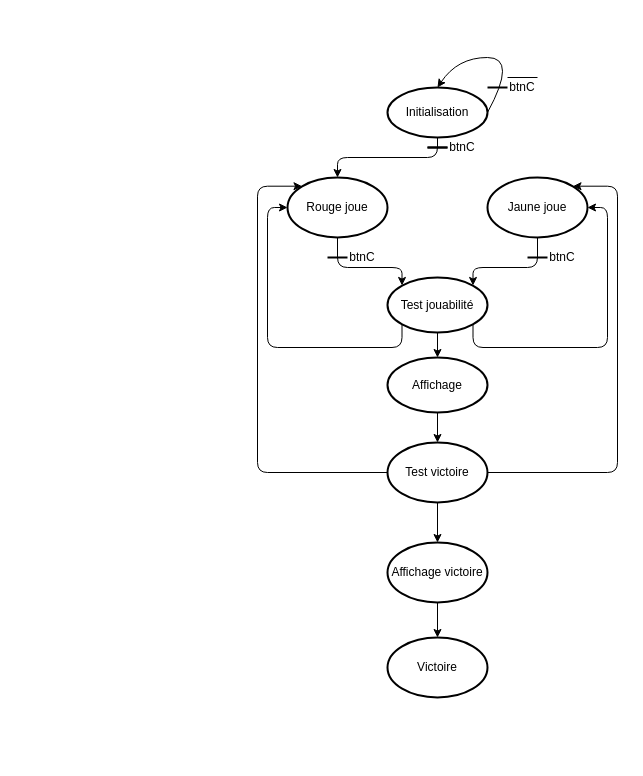
Before: Sources/FSM/FSM.drawio in Starmaxou/Puissance4_VHDL, a draw.io diagram. Source tidied: cells renumbered, new cells numbered last; positions are measured from the earlier drawing's top-left corner, leaving out a move shared by most shapes. Both pictures are drawn from the tidied source at 100%, with x=0, y=0 at pixel (257, 57).
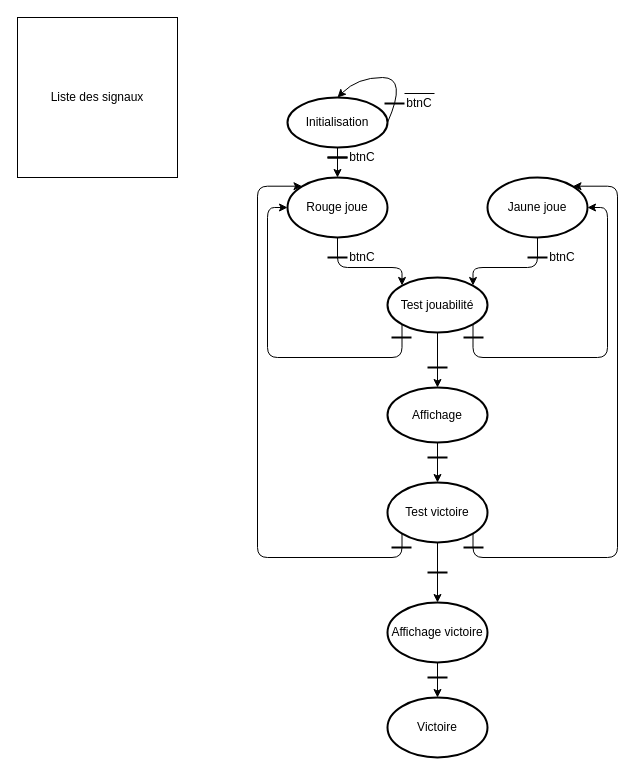
The same diagram, later.

The change refers to these unchanged cells:
```xml
<mxCell id="3" value="Rouge joue" style="strokeWidth=2;html=1;shape=mxgraph.flowchart.start_2;whiteSpace=wrap;" parent="1" vertex="1">
  <mxGeometry x="30" y="120" width="100" height="60" as="geometry" />
</mxCell>
<mxCell id="6" value="Jaune joue" style="strokeWidth=2;html=1;shape=mxgraph.flowchart.start_2;whiteSpace=wrap;" parent="1" vertex="1">
  <mxGeometry x="230" y="120" width="100" height="60" as="geometry" />
</mxCell>
<mxCell id="22" value="Test jouabilité" style="strokeWidth=2;html=1;shape=mxgraph.flowchart.start_2;whiteSpace=wrap;" parent="1" vertex="1">
  <mxGeometry x="130" y="220" width="100" height="55" as="geometry" />
</mxCell>
```

Diff of the diagram source:
```diff
@@
     <mxCell id="2" value="Initialisation" style="strokeWidth=2;html=1;shape=mxgraph.flowchart.start_2;whiteSpace=wrap;" parent="1" vertex="1">
-      <mxGeometry x="130" y="30" width="100" height="50" as="geometry" />
+      <mxGeometry x="30" y="40" width="100" height="50" as="geometry" />
     </mxCell>
@@
     <mxCell id="4" style="curved=1;endArrow=classic;html=1;exitX=1;exitY=0.5;exitDx=0;exitDy=0;exitPerimeter=0;entryX=0.5;entryY=0;entryDx=0;entryDy=0;entryPerimeter=0;" parent="1" edge="1" source="2" target="2">
       <mxGeometry relative="1" as="geometry">
         <Array as="points">
-          <mxPoint x="260" />
-          <mxPoint x="200" />
+          <mxPoint x="150" y="20" />
+          <mxPoint x="100" y="20" />
         </Array>
       </mxGeometry>
     </mxCell>
     <mxCell id="5" value="Test victoire" style="strokeWidth=2;html=1;shape=mxgraph.flowchart.start_2;whiteSpace=wrap;" parent="1" vertex="1">
-      <mxGeometry x="130" y="385" width="100" height="60" as="geometry" />
+      <mxGeometry x="130" y="425" width="100" height="60" as="geometry" />
     </mxCell>
@@
-    <mxCell id="7" style="edgeStyle=segmentEdgeStyle;endArrow=classic;html=1;entryX=0.145;entryY=0.145;entryDx=0;entryDy=0;entryPerimeter=0;exitX=0;exitY=0.5;exitDx=0;exitDy=0;exitPerimeter=0;" parent="1" edge="1" source="5" target="3">
+    <mxCell id="7" style="edgeStyle=segmentEdgeStyle;endArrow=classic;html=1;entryX=0.145;entryY=0.145;entryDx=0;entryDy=0;entryPerimeter=0;exitX=0.145;exitY=0.855;exitDx=0;exitDy=0;exitPerimeter=0;" parent="1" edge="1" source="5" target="3">
       <mxGeometry relative="1" as="geometry">
         <Array as="points">
-          <mxPoint y="415" />
+          <mxPoint x="145" y="500" />
+          <mxPoint y="500" />
           <mxPoint y="129" />
         </Array>
       </mxGeometry>
     </mxCell>
-    <mxCell id="8" style="edgeStyle=segmentEdgeStyle;endArrow=classic;html=1;entryX=0.855;entryY=0.145;entryDx=0;entryDy=0;entryPerimeter=0;exitX=1;exitY=0.5;exitDx=0;exitDy=0;exitPerimeter=0;" parent="1" edge="1" source="5" target="6">
+    <mxCell id="8" style="edgeStyle=segmentEdgeStyle;endArrow=classic;html=1;entryX=0.855;entryY=0.145;entryDx=0;entryDy=0;entryPerimeter=0;exitX=0.855;exitY=0.855;exitDx=0;exitDy=0;exitPerimeter=0;" parent="1" edge="1" source="5" target="6">
       <mxGeometry relative="1" as="geometry">
         <Array as="points">
-          <mxPoint x="360" y="415" />
+          <mxPoint x="215" y="500" />
+          <mxPoint x="360" y="500" />
           <mxPoint x="360" y="129" />
         </Array>
       </mxGeometry>
     </mxCell>
@@
     <mxCell id="11" value="Affichage victoire" style="strokeWidth=2;html=1;shape=mxgraph.flowchart.start_2;whiteSpace=wrap;" parent="1" vertex="1">
-      <mxGeometry x="130" y="485" width="100" height="60" as="geometry" />
+      <mxGeometry x="130" y="545" width="100" height="60" as="geometry" />
     </mxCell>
     <mxCell id="12" style="line;strokeWidth=2;html=1;" parent="1" vertex="1">
-      <mxGeometry x="230" y="25" width="20" height="10" as="geometry" />
+      <mxGeometry x="127" y="41" width="20" height="10" as="geometry" />
     </mxCell>
     <mxCell id="13" value="btnC" style="text;html=1;strokeColor=none;fillColor=none;align=center;verticalAlign=middle;whiteSpace=wrap;rounded=0;" parent="1" vertex="1">
-      <mxGeometry x="250" y="20" width="30" height="20" as="geometry" />
+      <mxGeometry x="147" y="36" width="30" height="20" as="geometry" />
     </mxCell>
     <mxCell id="14" style="endArrow=none;html=1;" parent="1" edge="1">
       <mxGeometry relative="1" as="geometry">
-        <mxPoint x="250" y="20" as="sourcePoint" />
-        <mxPoint x="280" y="20" as="targetPoint" />
+        <mxPoint x="147" y="36" as="sourcePoint" />
+        <mxPoint x="177" y="36" as="targetPoint" />
       </mxGeometry>
     </mxCell>
     <mxCell id="15" style="line;strokeWidth=2;html=1;" parent="1" vertex="1">
-      <mxGeometry x="170" y="85" width="20" height="10" as="geometry" />
+      <mxGeometry x="70" y="95" width="20" height="10" as="geometry" />
     </mxCell>
     <mxCell id="16" value="btnC" style="text;html=1;strokeColor=none;fillColor=none;align=center;verticalAlign=middle;whiteSpace=wrap;rounded=0;" parent="1" vertex="1">
-      <mxGeometry x="190" y="80" width="30" height="20" as="geometry" />
+      <mxGeometry x="90" y="90" width="30" height="20" as="geometry" />
     </mxCell>
@@
     <mxCell id="25" style="edgeStyle=segmentEdgeStyle;endArrow=classic;html=1;exitX=0.145;exitY=0.855;exitDx=0;exitDy=0;exitPerimeter=0;entryX=0;entryY=0.5;entryDx=0;entryDy=0;entryPerimeter=0;" parent="1" edge="1" source="22" target="3">
       <mxGeometry relative="1" as="geometry">
         <Array as="points">
-          <mxPoint x="145" y="290" />
-          <mxPoint x="10" y="290" />
+          <mxPoint x="145" y="300" />
+          <mxPoint x="10" y="300" />
           <mxPoint x="10" y="150" />
         </Array>
       </mxGeometry>
     </mxCell>
     <mxCell id="26" style="edgeStyle=segmentEdgeStyle;endArrow=classic;html=1;entryX=1;entryY=0.5;entryDx=0;entryDy=0;entryPerimeter=0;exitX=0.855;exitY=0.855;exitDx=0;exitDy=0;exitPerimeter=0;" parent="1" edge="1" source="22" target="6">
       <mxGeometry relative="1" as="geometry">
         <Array as="points">
-          <mxPoint x="216" y="290" />
-          <mxPoint x="350" y="290" />
+          <mxPoint x="216" y="300" />
+          <mxPoint x="350" y="300" />
           <mxPoint x="350" y="150" />
         </Array>
       </mxGeometry>
     </mxCell>
@@
     <mxCell id="28" value="Affichage" style="strokeWidth=2;html=1;shape=mxgraph.flowchart.start_2;whiteSpace=wrap;" parent="1" vertex="1">
-      <mxGeometry x="130" y="300" width="100" height="55" as="geometry" />
+      <mxGeometry x="130" y="330" width="100" height="55" as="geometry" />
     </mxCell>
     <mxCell id="29" value="Victoire" style="strokeWidth=2;html=1;shape=mxgraph.flowchart.start_2;whiteSpace=wrap;" parent="1" vertex="1">
-      <mxGeometry x="130" y="580" width="100" height="60" as="geometry" />
+      <mxGeometry x="130" y="640" width="100" height="60" as="geometry" />
     </mxCell>
     <mxCell id="30" style="edgeStyle=segmentEdgeStyle;endArrow=classic;html=1;exitX=0.5;exitY=1;exitDx=0;exitDy=0;exitPerimeter=0;" parent="1" edge="1" source="2" target="3">
       <mxGeometry relative="1" as="geometry">
         <Array as="points">
-          <mxPoint x="180" y="100" />
-          <mxPoint x="80" y="100" />
+          <mxPoint x="80" y="90" />
+          <mxPoint x="80" y="90" />
         </Array>
       </mxGeometry>
     </mxCell>
     <mxCell id="31" style="line;strokeWidth=2;html=1;" parent="1" vertex="1">
-      <mxGeometry x="170" y="85" width="20" height="10" as="geometry" />
+      <mxGeometry x="70" y="95" width="20" height="10" as="geometry" />
     </mxCell>
+    <mxCell id="32" style="line;strokeWidth=2;html=1;" parent="1" vertex="1">
+      <mxGeometry x="134" y="275" width="20" height="10" as="geometry" />
+    </mxCell>
+    <mxCell id="33" style="line;strokeWidth=2;html=1;" parent="1" vertex="1">
+      <mxGeometry x="206" y="275" width="20" height="10" as="geometry" />
+    </mxCell>
+    <mxCell id="34" style="line;strokeWidth=2;html=1;" parent="1" vertex="1">
+      <mxGeometry x="170" y="305" width="20" height="10" as="geometry" />
+    </mxCell>
+    <mxCell id="35" style="line;strokeWidth=2;html=1;" parent="1" vertex="1">
+      <mxGeometry x="170" y="395" width="20" height="10" as="geometry" />
+    </mxCell>
+    <mxCell id="36" style="line;strokeWidth=2;html=1;" parent="1" vertex="1">
+      <mxGeometry x="134" y="485" width="20" height="10" as="geometry" />
+    </mxCell>
+    <mxCell id="37" style="line;strokeWidth=2;html=1;" parent="1" vertex="1">
+      <mxGeometry x="206" y="485" width="20" height="10" as="geometry" />
+    </mxCell>
+    <mxCell id="38" style="line;strokeWidth=2;html=1;" parent="1" vertex="1">
+      <mxGeometry x="170" y="510" width="20" height="10" as="geometry" />
+    </mxCell>
+    <mxCell id="39" style="line;strokeWidth=2;html=1;" parent="1" vertex="1">
+      <mxGeometry x="170" y="615" width="20" height="10" as="geometry" />
+    </mxCell>
+    <mxCell id="40" value="Liste des signaux&lt;br&gt;" style="rounded=0;whiteSpace=wrap;html=1;" parent="1" vertex="1">
+      <mxGeometry x="-240" y="-40" width="160" height="160" as="geometry" />
+    </mxCell>
```
